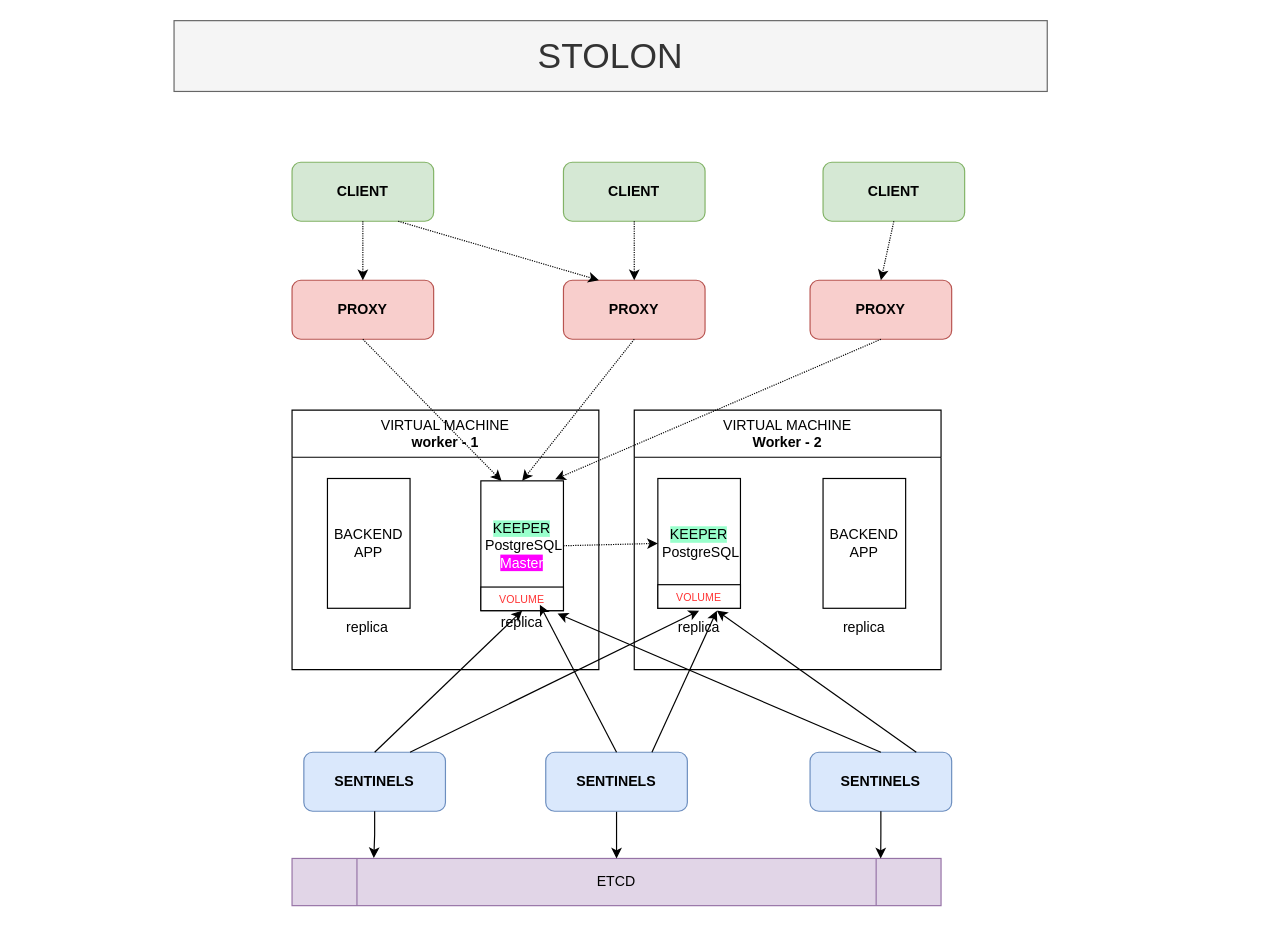
Above: page "Stolon Cluster" (10 of 10) of devops/DevOps.drawio in kingsley-ijomah/draw.io (draw.io), before the change. Source tidied: cells renumbered, new cells numbered last; positions are measured from the earlier drawing's top-left corner, leaving out a move shared by most shapes. Both pictures are drawn from the tidied source at 118%, with x=0, y=0 at pixel (173, 20).
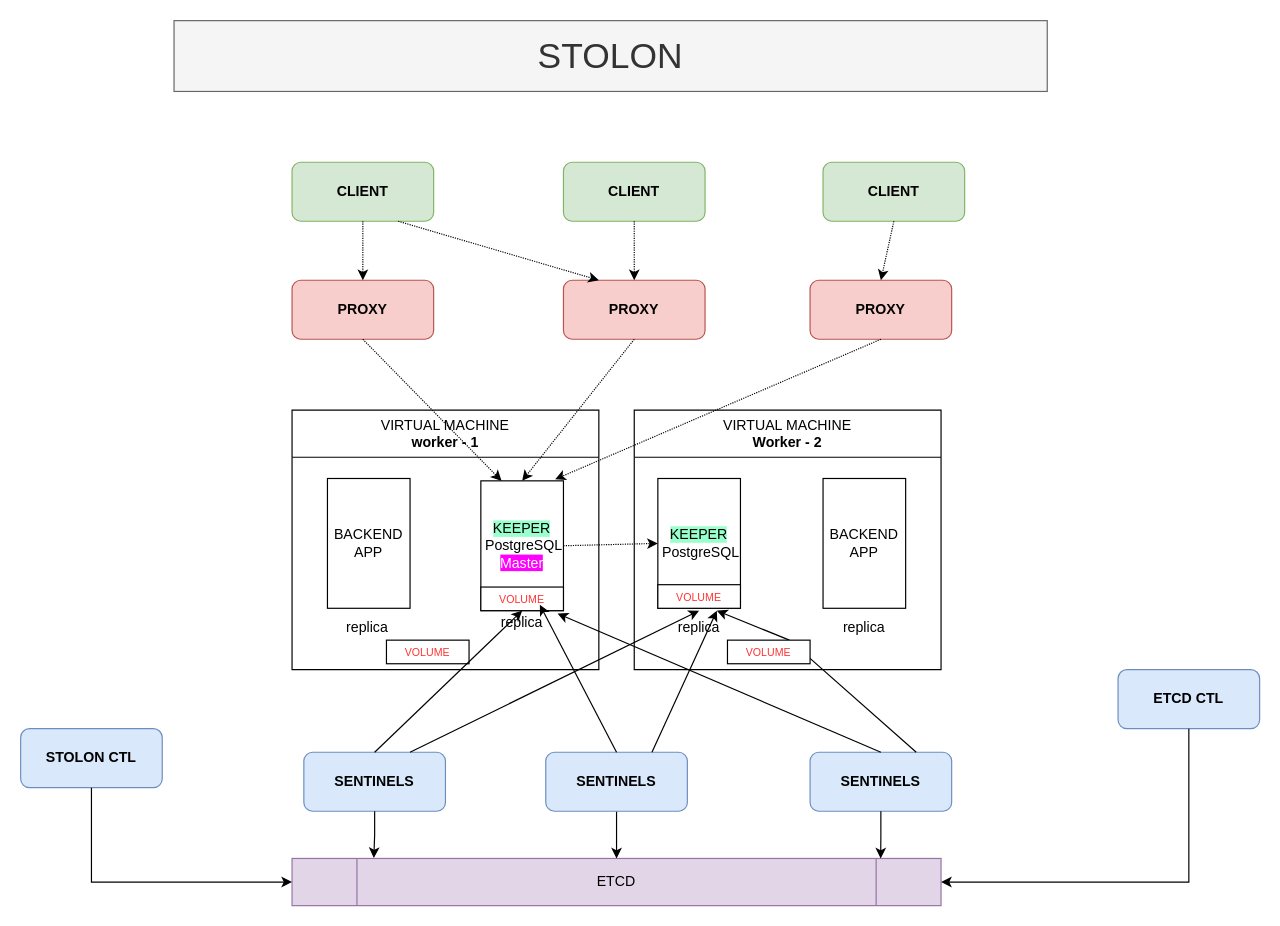
Above is the later version.

The change refers to these unchanged cells:
```xml
<mxCell id="2" value="&lt;span style=&quot;font-weight: normal;&quot;&gt;VIRTUAL MACHINE&lt;/span&gt;&lt;br&gt;worker - 1" style="swimlane;whiteSpace=wrap;html=1;startSize=40;" parent="1" vertex="1">
  <mxGeometry x="100" y="330" width="260" height="220" as="geometry" />
</mxCell>
<mxCell id="9" value="replica" style="text;html=1;strokeColor=none;fillColor=none;align=center;verticalAlign=middle;whiteSpace=wrap;rounded=0;" parent="8" vertex="1">
  <mxGeometry x="25" y="170" width="60" height="30" as="geometry" />
</mxCell>
<mxCell id="15" value="ETCD" style="shape=process;whiteSpace=wrap;html=1;backgroundOutline=1;fillColor=#e1d5e7;strokeColor=#9673a6;" parent="1" vertex="1">
  <mxGeometry x="100" y="710" width="550" height="40" as="geometry" />
</mxCell>
<mxCell id="17" value="&lt;b&gt;SENTINELS&lt;/b&gt;" style="rounded=1;whiteSpace=wrap;html=1;fillColor=#dae8fc;strokeColor=#6c8ebf;" parent="1" vertex="1">
  <mxGeometry x="539" y="620" width="120" height="50" as="geometry" />
</mxCell>
```

The edit, as a diff of the source:
```diff
@@
+    <mxCell id="42" value="&lt;font color=&quot;#ff3333&quot; style=&quot;font-size: 9px;&quot;&gt;VOLUME&lt;/font&gt;" style="rounded=0;whiteSpace=wrap;html=1;" parent="2" vertex="1">
+      <mxGeometry x="80" y="195" width="70" height="20" as="geometry" />
+    </mxCell>
@@
-    <mxCell id="25" style="endArrow=classic;html=1;rounded=0;exitX=0.75;exitY=0;exitDx=0;exitDy=0;entryX=0.75;entryY=0;entryDx=0;entryDy=0;" parent="1" edge="1" source="17" target="9">
+    <mxCell id="25" style="endArrow=classic;html=1;rounded=0;exitX=0.75;exitY=0;exitDx=0;exitDy=0;entryX=0.75;entryY=0;entryDx=0;entryDy=0;" parent="1" edge="1" source="48" target="9">
       <mxGeometry relative="1" as="geometry" />
     </mxCell>
@@
+    <mxCell id="43" value="&lt;b&gt;STOLON CTL&lt;/b&gt;" style="rounded=1;whiteSpace=wrap;html=1;fillColor=#dae8fc;strokeColor=#6c8ebf;" parent="1" vertex="1">
+      <mxGeometry x="-130" y="600" width="120" height="50" as="geometry" />
+    </mxCell>
+    <mxCell id="44" style="edgeStyle=orthogonalEdgeStyle;rounded=0;jettySize=auto;html=1;entryX=0;entryY=0.5;entryDx=0;entryDy=0;exitX=0.5;exitY=1;exitDx=0;exitDy=0;" parent="1" edge="1" source="43" target="15">
+      <mxGeometry relative="1" as="geometry" />
+    </mxCell>
+    <mxCell id="45" value="&lt;b&gt;ETCD CTL&lt;/b&gt;" style="rounded=1;whiteSpace=wrap;html=1;fillColor=#dae8fc;strokeColor=#6c8ebf;" parent="1" vertex="1">
+      <mxGeometry x="800" y="550" width="120" height="50" as="geometry" />
+    </mxCell>
+    <mxCell id="46" style="edgeStyle=orthogonalEdgeStyle;rounded=0;jettySize=auto;html=1;entryX=1;entryY=0.5;entryDx=0;entryDy=0;exitX=0.5;exitY=1;exitDx=0;exitDy=0;" parent="1" edge="1" source="45" target="15">
+      <mxGeometry relative="1" as="geometry" />
+    </mxCell>
+    <mxCell id="47" style="endArrow=classic;html=1;rounded=0;exitX=0.75;exitY=0;exitDx=0;exitDy=0;entryX=0.75;entryY=0;entryDx=0;entryDy=0;" parent="1" edge="1" source="17" target="48">
+      <mxGeometry relative="1" as="geometry" />
+    </mxCell>
+    <mxCell id="48" value="&lt;font color=&quot;#ff3333&quot; style=&quot;font-size: 9px;&quot;&gt;VOLUME&lt;/font&gt;" style="rounded=0;whiteSpace=wrap;html=1;" parent="1" vertex="1">
+      <mxGeometry x="469" y="525" width="70" height="20" as="geometry" />
+    </mxCell>
```
